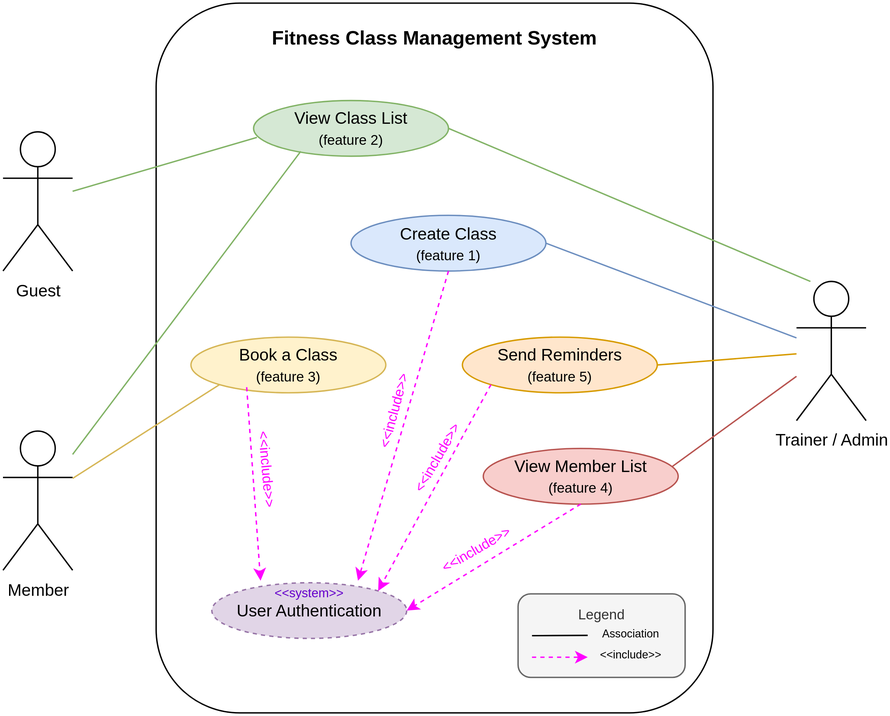
The draw.io diagram reports/assets/uml_case_diagram.svg in cs-uh-2012-spring26/cs-uh-2012-software-engineering-groupproject-group_b, before a commit. Source tidied: cells renumbered, new cells last; positions are measured from the earlier drawing's top-left corner, leaving out a move shared by most shapes.
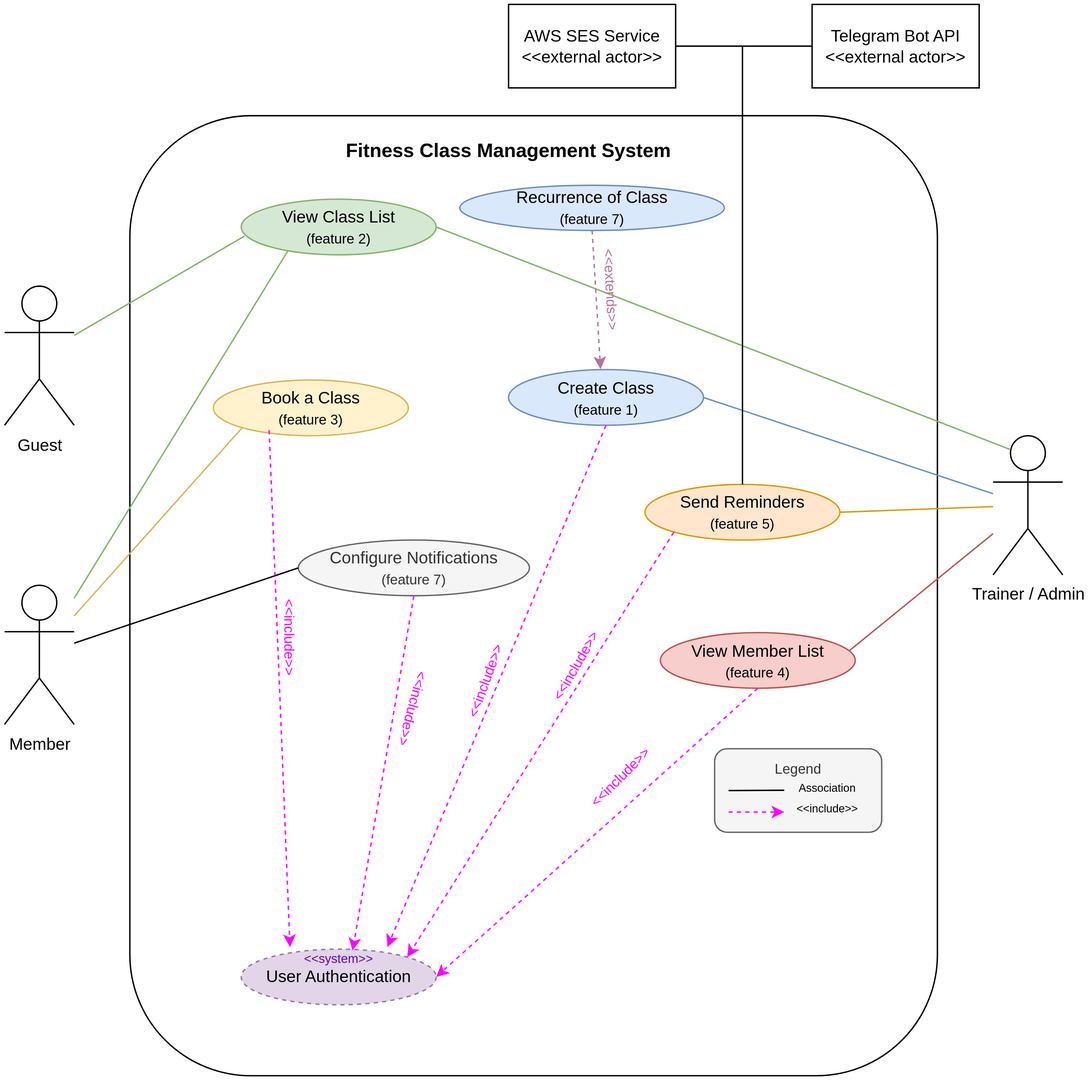
After the change.

Commit message:
Moved Recurrence into Services, updated Use Case Diagram

What changed in the source:
```diff
@@ -3,31 +3,31 @@
     <mxCell id="0" />
     <mxCell id="1" parent="0" />
     <mxCell id="2" value="Member" style="shape=umlActor;verticalLabelPosition=bottom;verticalAlign=top;html=1;outlineConnect=0;" parent="1" vertex="1">
-      <mxGeometry y="307.5" width="50" height="100" as="geometry" />
+      <mxGeometry x="-50" y="307.5" width="50" height="100" as="geometry" />
     </mxCell>
     <mxCell id="3" value="Guest" style="shape=umlActor;verticalLabelPosition=bottom;verticalAlign=top;html=1;outlineConnect=0;" parent="1" vertex="1">
-      <mxGeometry y="92.5" width="50" height="100" as="geometry" />
+      <mxGeometry x="-50" y="92.5" width="50" height="100" as="geometry" />
     </mxCell>
+    <mxCell id="5" style="rounded=1;whiteSpace=wrap;html=1;" parent="1" vertex="1">
+      <mxGeometry x="40" y="-30" width="580" height="690" as="geometry" />
+    </mxCell>
     <mxCell id="4" value="Trainer / Admin" style="shape=umlActor;verticalLabelPosition=bottom;verticalAlign=top;html=1;outlineConnect=0;" parent="1" vertex="1">
-      <mxGeometry x="570" y="200" width="50" height="100" as="geometry" />
+      <mxGeometry x="660" y="200" width="50" height="100" as="geometry" />
     </mxCell>
-    <mxCell id="5" style="rounded=1;whiteSpace=wrap;html=1;" parent="1" vertex="1">
-      <mxGeometry x="110" width="400" height="510" as="geometry" />
-    </mxCell>
     <mxCell id="6" value="Create Class&lt;div&gt;&lt;font size=&quot;1&quot;&gt;(feature 1)&lt;/font&gt;&lt;/div&gt;" style="ellipse;whiteSpace=wrap;html=1;fillColor=#dae8fc;strokeColor=#6c8ebf;" parent="1" vertex="1">
-      <mxGeometry x="250" y="152.5" width="140" height="40" as="geometry" />
+      <mxGeometry x="312" y="152.5" width="140" height="40" as="geometry" />
     </mxCell>
     <mxCell id="7" value="View Class List&lt;br&gt;&lt;div&gt;&lt;font size=&quot;1&quot;&gt;(feature 2)&lt;/font&gt;&lt;/div&gt;" style="ellipse;whiteSpace=wrap;html=1;fillColor=#d5e8d4;strokeColor=#82b366;" parent="1" vertex="1">
-      <mxGeometry x="180" y="70" width="140" height="40" as="geometry" />
+      <mxGeometry x="120" y="30" width="140" height="40" as="geometry" />
     </mxCell>
     <mxCell id="8" value="Book a Class&lt;br&gt;&lt;div&gt;&lt;font size=&quot;1&quot;&gt;(feature 3)&lt;/font&gt;&lt;/div&gt;" style="ellipse;whiteSpace=wrap;html=1;fillColor=#fff2cc;strokeColor=#d6b656;" parent="1" vertex="1">
-      <mxGeometry x="135" y="240" width="140" height="40" as="geometry" />
+      <mxGeometry x="100" y="160" width="140" height="40" as="geometry" />
     </mxCell>
     <mxCell id="9" value="View Member List&lt;br&gt;&lt;div&gt;&lt;font size=&quot;1&quot;&gt;(feature 4)&lt;/font&gt;&lt;/div&gt;" style="ellipse;whiteSpace=wrap;html=1;fillColor=#f8cecc;strokeColor=#b85450;" parent="1" vertex="1">
-      <mxGeometry x="345" y="320" width="140" height="40" as="geometry" />
+      <mxGeometry x="421" y="341.5" width="140" height="40" as="geometry" />
     </mxCell>
     <mxCell id="10" style="group;" parent="1" vertex="1">
-      <mxGeometry x="150" y="407.5" width="140" height="49" as="geometry" />
+      <mxGeometry x="120" y="560" width="140" height="49" as="geometry" />
     </mxCell>
     <mxCell id="11" value="User Authentication" style="ellipse;whiteSpace=wrap;html=1;fillColor=#e1d5e7;strokeColor=#9673a6;dashed=1;" parent="10" vertex="1">
       <mxGeometry y="9" width="140" height="40" as="geometry" />
@@ -50,10 +50,8 @@
     <mxCell id="17" style="endArrow=none;html=1;rounded=0;exitX=0.971;exitY=0.321;exitDx=0;exitDy=0;exitPerimeter=0;strokeWidth=1;fillColor=#f8cecc;strokeColor=#b85450;" parent="1" edge="1" source="9" target="4">
       <mxGeometry relative="1" as="geometry" />
     </mxCell>
-    <mxCell id="18" style="endArrow=none;html=1;rounded=0;exitX=1;exitY=0.5;exitDx=0;exitDy=0;fillColor=#d5e8d4;strokeColor=#82b366;" parent="1" edge="1" source="7">
-      <mxGeometry relative="1" as="geometry">
-        <mxPoint x="580" y="200" as="targetPoint" />
-      </mxGeometry>
+    <mxCell id="18" style="endArrow=none;html=1;rounded=0;exitX=1;exitY=0.5;exitDx=0;exitDy=0;fillColor=#d5e8d4;strokeColor=#82b366;entryX=0.25;entryY=0.1;entryDx=0;entryDy=0;entryPerimeter=0;" parent="1" edge="1" source="7" target="4">
+      <mxGeometry relative="1" as="geometry" />
     </mxCell>
     <mxCell id="19" style="endArrow=none;html=1;rounded=0;entryX=0;entryY=1;entryDx=0;entryDy=0;fillColor=#fff2cc;strokeColor=#d6b656;" parent="1" edge="1" source="2" target="8">
       <mxGeometry relative="1" as="geometry" />
@@ -64,50 +62,87 @@
     <mxCell id="21" style="endArrow=none;html=1;rounded=0;exitX=0.017;exitY=0.663;exitDx=0;exitDy=0;fillColor=#d5e8d4;strokeColor=#82b366;exitPerimeter=0;" parent="1" edge="1" source="7" target="3">
       <mxGeometry relative="1" as="geometry" />
     </mxCell>
-    <mxCell id="22" value="&lt;font style=&quot;font-size: 10px;&quot;&gt;&amp;lt;&amp;lt;include&amp;gt;&amp;gt;&lt;/font&gt;" style="text;html=1;whiteSpace=wrap;strokeColor=none;fillColor=none;align=center;verticalAlign=middle;rounded=0;fontColor=light-dark(#fe01ff, #ededed);rotation=-75;" parent="1" vertex="1">
-      <mxGeometry x="240" y="277.5" width="80" height="30" as="geometry" />
+    <mxCell id="22" value="&lt;font style=&quot;font-size: 10px;&quot;&gt;&amp;lt;&amp;lt;include&amp;gt;&amp;gt;&lt;/font&gt;" style="text;html=1;whiteSpace=wrap;strokeColor=none;fillColor=none;align=center;verticalAlign=middle;rounded=0;fontColor=light-dark(#fe01ff, #ededed);rotation=-70;" parent="1" vertex="1">
+      <mxGeometry x="255" y="361" width="80" height="30" as="geometry" />
     </mxCell>
-    <mxCell id="23" value="&lt;font style=&quot;font-size: 10px;&quot;&gt;&amp;lt;&amp;lt;include&amp;gt;&amp;gt;&lt;/font&gt;" style="text;html=1;whiteSpace=wrap;strokeColor=none;fillColor=none;align=center;verticalAlign=middle;rounded=0;fontColor=light-dark(#fe01ff, #ededed);rotation=-30;" parent="1" vertex="1">
-      <mxGeometry x="300" y="377.5" width="80" height="30" as="geometry" />
+    <mxCell id="23" value="&lt;font style=&quot;font-size: 10px;&quot;&gt;&amp;lt;&amp;lt;include&amp;gt;&amp;gt;&lt;/font&gt;" style="text;html=1;whiteSpace=wrap;strokeColor=none;fillColor=none;align=center;verticalAlign=middle;rounded=0;fontColor=light-dark(#fe01ff, #ededed);rotation=-45;" parent="1" vertex="1">
+      <mxGeometry x="352" y="430" width="80" height="30" as="geometry" />
     </mxCell>
-    <mxCell id="24" value="&lt;font style=&quot;font-size: 10px;&quot;&gt;&amp;lt;&amp;lt;include&amp;gt;&amp;gt;&lt;/font&gt;" style="text;html=1;whiteSpace=wrap;strokeColor=none;fillColor=none;align=center;verticalAlign=middle;rounded=0;fontColor=light-dark(#fe01ff, #ededed);rotation=85;" parent="1" vertex="1">
-      <mxGeometry x="150" y="320" width="80" height="30" as="geometry" />
+    <mxCell id="24" value="&lt;font style=&quot;font-size: 10px;&quot;&gt;&amp;lt;&amp;lt;include&amp;gt;&amp;gt;&lt;/font&gt;" style="text;html=1;whiteSpace=wrap;strokeColor=none;fillColor=none;align=center;verticalAlign=middle;rounded=0;fontColor=light-dark(#fe01ff, #ededed);rotation=90;" parent="1" vertex="1">
+      <mxGeometry x="115" y="330" width="80" height="30" as="geometry" />
     </mxCell>
     <mxCell id="25" value="&lt;font style=&quot;font-size: 14px;&quot;&gt;Fitness Class Management System&lt;/font&gt;" style="text;html=1;whiteSpace=wrap;strokeColor=none;fillColor=none;align=center;verticalAlign=middle;rounded=0;fontStyle=1;" parent="1" vertex="1">
-      <mxGeometry x="190" y="10" width="240" height="30" as="geometry" />
+      <mxGeometry x="192" y="-20" width="240" height="30" as="geometry" />
     </mxCell>
     <mxCell id="26" value="&lt;font style=&quot;font-size: 10px;&quot;&gt;Legend&lt;/font&gt;" style="rounded=1;whiteSpace=wrap;html=1;align=center;verticalAlign=top;fillColor=#f5f5f5;fontColor=#333333;strokeColor=#666666;" parent="1" vertex="1">
-      <mxGeometry x="370" y="424.5" width="120" height="60" as="geometry" />
+      <mxGeometry x="460" y="425" width="120" height="60" as="geometry" />
     </mxCell>
     <mxCell id="27" style="endArrow=none;html=1;rounded=0;entryX=0.375;entryY=0.922;entryDx=0;entryDy=0;entryPerimeter=0;" parent="1" edge="1">
       <mxGeometry relative="1" as="geometry">
-        <mxPoint x="420" y="454.3" as="sourcePoint" />
-        <mxPoint x="380" y="454.5" as="targetPoint" />
+        <mxPoint x="510" y="454.8" as="sourcePoint" />
+        <mxPoint x="470" y="455" as="targetPoint" />
       </mxGeometry>
     </mxCell>
     <mxCell id="28" style="endArrow=classic;html=1;rounded=0;fillColor=#f8cecc;strokeColor=light-dark(#ff00ff, #d7817e);dashed=1;" parent="1" edge="1">
       <mxGeometry relative="1" as="geometry">
-        <mxPoint x="380" y="470" as="sourcePoint" />
-        <mxPoint x="420" y="470" as="targetPoint" />
+        <mxPoint x="470" y="470.5" as="sourcePoint" />
+        <mxPoint x="510" y="470.5" as="targetPoint" />
       </mxGeometry>
     </mxCell>
     <mxCell id="29" value="&lt;font style=&quot;font-size: 8px;&quot;&gt;Association&lt;/font&gt;" style="text;html=1;whiteSpace=wrap;strokeColor=none;fillColor=none;align=center;verticalAlign=middle;rounded=0;" parent="1" vertex="1">
-      <mxGeometry x="421" y="436.5" width="60" height="30" as="geometry" />
+      <mxGeometry x="511" y="437" width="60" height="30" as="geometry" />
     </mxCell>
     <mxCell id="30" value="&lt;span style=&quot;font-size: 8px;&quot;&gt;&amp;lt;&amp;lt;include&amp;gt;&amp;gt;&lt;/span&gt;" style="text;html=1;whiteSpace=wrap;strokeColor=none;fillColor=none;align=center;verticalAlign=middle;rounded=0;" parent="1" vertex="1">
-      <mxGeometry x="421" y="451.5" width="60" height="30" as="geometry" />
+      <mxGeometry x="511" y="452" width="60" height="30" as="geometry" />
     </mxCell>
     <mxCell id="31" value="Send Reminders&lt;br&gt;&lt;div&gt;&lt;font size=&quot;1&quot;&gt;(feature 5)&lt;/font&gt;&lt;/div&gt;" style="ellipse;whiteSpace=wrap;html=1;fillColor=#ffe6cc;strokeColor=#d79b00;" parent="1" vertex="1">
-      <mxGeometry x="330" y="240" width="140" height="40" as="geometry" />
+      <mxGeometry x="410" y="235" width="140" height="40" as="geometry" />
     </mxCell>
     <mxCell id="32" style="endArrow=classic;html=1;rounded=0;entryX=1;entryY=0;entryDx=0;entryDy=0;exitX=0;exitY=1;exitDx=0;exitDy=0;dashed=1;strokeColor=#FF00FF;strokeWidth=1;" parent="1" edge="1" source="31" target="11">
       <mxGeometry relative="1" as="geometry" />
     </mxCell>
+    <mxCell id="35" value="Configure Notifications&lt;br&gt;&lt;div&gt;&lt;font size=&quot;1&quot;&gt;(feature 7)&lt;/font&gt;&lt;/div&gt;" style="ellipse;whiteSpace=wrap;html=1;fillColor=#f5f5f5;strokeColor=#666666;fontColor=#333333;" parent="1" vertex="1">
+      <mxGeometry x="161" y="275" width="166" height="40" as="geometry" />
+    </mxCell>
     <mxCell id="33" value="&lt;font style=&quot;font-size: 10px;&quot;&gt;&amp;lt;&amp;lt;include&amp;gt;&amp;gt;&lt;/font&gt;" style="text;html=1;whiteSpace=wrap;strokeColor=none;fillColor=none;align=center;verticalAlign=middle;rounded=0;fontColor=light-dark(#fe01ff, #ededed);rotation=-60;" parent="1" vertex="1">
-      <mxGeometry x="272" y="311.5" width="80" height="30" as="geometry" />
+      <mxGeometry x="320" y="350" width="80" height="30" as="geometry" />
     </mxCell>
     <mxCell id="34" style="endArrow=none;html=1;rounded=0;exitX=1;exitY=0.5;exitDx=0;exitDy=0;strokeWidth=1;fillColor=#ffe6cc;strokeColor=#d79b00;" parent="1" edge="1" source="31" target="4">
       <mxGeometry relative="1" as="geometry" />
     </mxCell>
+    <mxCell id="36" value="AWS SES Service&lt;div&gt;&amp;lt;&amp;lt;external actor&amp;gt;&amp;gt;&lt;/div&gt;" style="rounded=0;whiteSpace=wrap;html=1;" parent="1" vertex="1">
+      <mxGeometry x="312" y="-110" width="120" height="60" as="geometry" />
+    </mxCell>
+    <mxCell id="37" value="Telegram Bot API&lt;div&gt;&amp;lt;&amp;lt;external actor&amp;gt;&amp;gt;&lt;/div&gt;" style="rounded=0;whiteSpace=wrap;html=1;" parent="1" vertex="1">
+      <mxGeometry x="530" y="-110" width="120" height="60" as="geometry" />
+    </mxCell>
+    <mxCell id="38" style="endArrow=none;html=1;rounded=0;exitX=0.5;exitY=0;exitDx=0;exitDy=0;" parent="1" edge="1" source="31">
+      <mxGeometry relative="1" as="geometry">
+        <mxPoint x="480" y="-80" as="targetPoint" />
+      </mxGeometry>
+    </mxCell>
+    <mxCell id="39" style="endArrow=none;html=1;rounded=0;entryX=0;entryY=0.5;entryDx=0;entryDy=0;exitX=1;exitY=0.5;exitDx=0;exitDy=0;" parent="1" edge="1" source="36" target="37">
+      <mxGeometry relative="1" as="geometry" />
+    </mxCell>
+    <mxCell id="40" style="endArrow=classic;html=1;rounded=0;exitX=0.5;exitY=1;exitDx=0;exitDy=0;dashed=1;strokeColor=#FF00FF;" parent="1" edge="1" source="35">
+      <mxGeometry relative="1" as="geometry">
+        <mxPoint x="200" y="570" as="targetPoint" />
+      </mxGeometry>
+    </mxCell>
+    <mxCell id="41" value="&lt;font style=&quot;font-size: 10px;&quot;&gt;&amp;lt;&amp;lt;include&amp;gt;&amp;gt;&lt;/font&gt;" style="text;html=1;whiteSpace=wrap;strokeColor=none;fillColor=none;align=center;verticalAlign=middle;rounded=0;fontColor=light-dark(#fe01ff, #ededed);rotation=105;" parent="1" vertex="1">
+      <mxGeometry x="204" y="381.5" width="80" height="30" as="geometry" />
+    </mxCell>
+    <mxCell id="42" value="Recurrence of Class&lt;br&gt;&lt;div&gt;&lt;font size=&quot;1&quot;&gt;(feature 7)&lt;/font&gt;&lt;/div&gt;" style="ellipse;whiteSpace=wrap;html=1;fillColor=#dae8fc;strokeColor=#6c8ebf;" parent="1" vertex="1">
+      <mxGeometry x="277" y="20" width="190" height="32.5" as="geometry" />
+    </mxCell>
+    <mxCell id="43" style="endArrow=classic;html=1;rounded=0;exitX=0.5;exitY=1;exitDx=0;exitDy=0;entryX=0.472;entryY=-0.008;entryDx=0;entryDy=0;entryPerimeter=0;dashed=1;strokeColor=#B5739D;" parent="1" edge="1" source="42" target="6">
+      <mxGeometry relative="1" as="geometry" />
+    </mxCell>
+    <mxCell id="44" value="&lt;font style=&quot;font-size: 10px; color: rgb(181, 115, 157);&quot;&gt;&amp;lt;&amp;lt;extends&amp;gt;&amp;gt;&lt;/font&gt;" style="text;html=1;whiteSpace=wrap;strokeColor=none;fillColor=none;align=center;verticalAlign=middle;rounded=0;fontColor=light-dark(#fe01ff, #ededed);rotation=87;" parent="1" vertex="1">
+      <mxGeometry x="346" y="80" width="80" height="30" as="geometry" />
+    </mxCell>
+    <mxCell id="45" style="endArrow=none;html=1;rounded=0;entryX=0;entryY=0.5;entryDx=0;entryDy=0;" parent="1" edge="1" source="2" target="35">
+      <mxGeometry relative="1" as="geometry" />
+    </mxCell>
   </root>
 </mxGraphModel>
```
